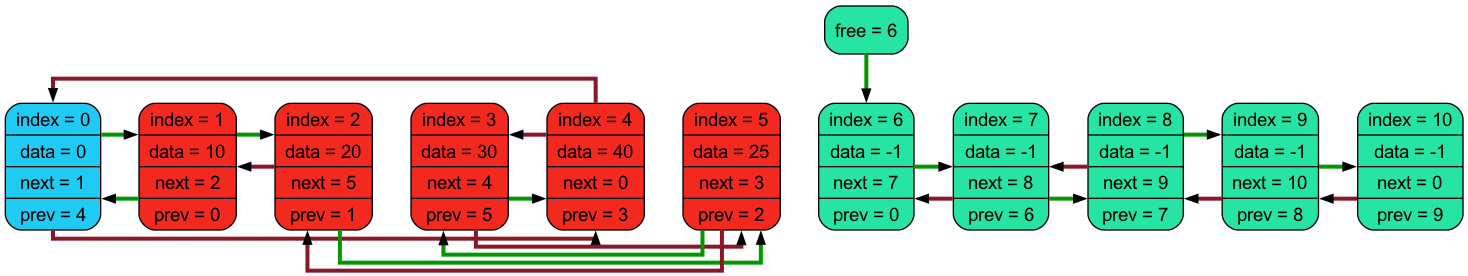
Above: dump.png in livlavr/Linked-list (Graphviz), before the change. Its source is kept beside it as dump.dot.
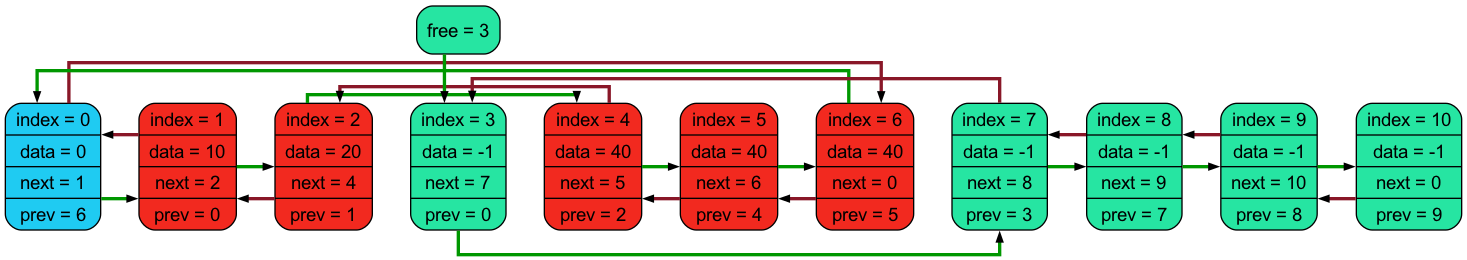
Above is the later version.

Change to the diagram source:
```diff
@@ -1,47 +1,48 @@
 digraph llist{
 splines=ortho;
+rankdir=HR;
 nodesep=0.4;
 node [shape=record, fontname="Arial"];
-edge [style=bold, color="#009700:black;0.001", weight=0, penwidth=3, arrowsize=0.5];
-0 [style = "filled, rounded", fillcolor="#1fcbf2", label=" {index = 0 | data = 0 | next = 1 | prev = 4}" ];
+edge [style=bold, color="#009700:black;0.001", weight=0, penwidth=2.5, arrowsize=0.4];
+0 [style = "filled, rounded", fillcolor="#1fcbf2", label=" {index = 0 | data = 0 | next = 1 | prev = 6}" ];
 1 [style = "filled, rounded", fillcolor="#f2291f", label=" {index = 1 | data = 10 | next = 2 | prev = 0}" ];
-2 [style = "filled, rounded", fillcolor="#f2291f", label=" {index = 2 | data = 20 | next = 5 | prev = 1}" ];
-3 [style = "filled, rounded", fillcolor="#f2291f", label=" {index = 3 | data = 30 | next = 4 | prev = 5}" ];
-4 [style = "filled, rounded", fillcolor="#f2291f", label=" {index = 4 | data = 40 | next = 0 | prev = 3}" ];
-5 [style = "filled, rounded", fillcolor="#f2291f", label=" {index = 5 | data = 25 | next = 3 | prev = 2}" ];
-6 [style = "filled, rounded", fillcolor="#f2291f", label=" {index = 6 | data = -1 | next = 7 | prev = 0}" ];
-7 [style = "filled, rounded", fillcolor="#f2291f", label=" {index = 7 | data = -1 | next = 8 | prev = 6}" ];
+2 [style = "filled, rounded", fillcolor="#f2291f", label=" {index = 2 | data = 20 | next = 4 | prev = 1}" ];
+3 [style = "filled, rounded", fillcolor="#f2291f", label=" {index = 3 | data = -1 | next = 7 | prev = 0}" ];
+4 [style = "filled, rounded", fillcolor="#f2291f", label=" {index = 4 | data = 40 | next = 5 | prev = 2}" ];
+5 [style = "filled, rounded", fillcolor="#f2291f", label=" {index = 5 | data = 40 | next = 6 | prev = 4}" ];
+6 [style = "filled, rounded", fillcolor="#f2291f", label=" {index = 6 | data = 40 | next = 0 | prev = 5}" ];
+7 [style = "filled, rounded", fillcolor="#f2291f", label=" {index = 7 | data = -1 | next = 8 | prev = 3}" ];
 8 [style = "filled, rounded", fillcolor="#f2291f", label=" {index = 8 | data = -1 | next = 9 | prev = 7}" ];
 9 [style = "filled, rounded", fillcolor="#f2291f", label=" {index = 9 | data = -1 | next = 10 | prev = 8}" ];
 10 [style = "filled, rounded", fillcolor="#f2291f", label=" {index = 10 | data = -1 | next = 0 | prev = 9}" ];
-free [style = "filled, rounded", fillcolor="#26e5a2", label="free = 6" ];
-6 [style = "filled, rounded", fillcolor="#26e5a2"];
+free [style = "filled, rounded", fillcolor="#26e5a2", label="free = 3" ];
+3 [style = "filled, rounded", fillcolor="#26e5a2"];
 7 [style = "filled, rounded", fillcolor="#26e5a2"];
 8 [style = "filled, rounded", fillcolor="#26e5a2"];
 9 [style = "filled, rounded", fillcolor="#26e5a2"];
 10 [style = "filled, rounded", fillcolor="#26e5a2"];
-{ rank = same; 0; 1; 2; 3; 4; 5; 6; 7; 8; 9; 10;}
+{ rank = same; 0; 1; 2; 3; 4; 5; 6; 7; 8; 9; 10; }
 0->1->2->3->4->5->6->7->8->9->10 [style=bold, weight=10, style=invis];
-free->6;
+free->3;
 1->2;
-2->5;
-3->4;
-5->3;
-6->7;
+2->4;
+3->7;
+4->5;
+5->6;
 7->8;
 8->9;
 9->10;
 0->1;
-1->0;
-edge [style=bold, color="#891728:black;0.001", weight=0, penwidth=3, arrowsize=0.5];
+6->0;
+edge [style=bold, color="#891728:black;0.001", weight=0, penwidth=2.5, arrowsize=0.4];
 2->1;
-3->5;
-4->3;
-5->2;
-7->6;
+4->2;
+5->4;
+6->5;
+7->3;
 8->7;
 9->8;
 10->9;
-0->4;
-4->0;
+0->6;
+1->0;
 }
```
